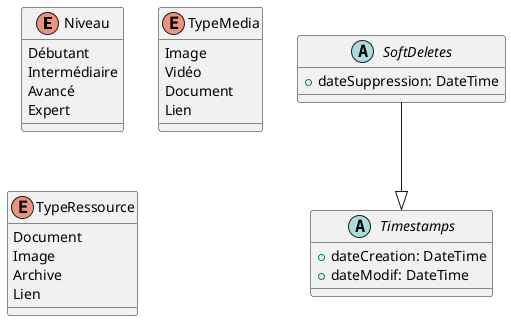
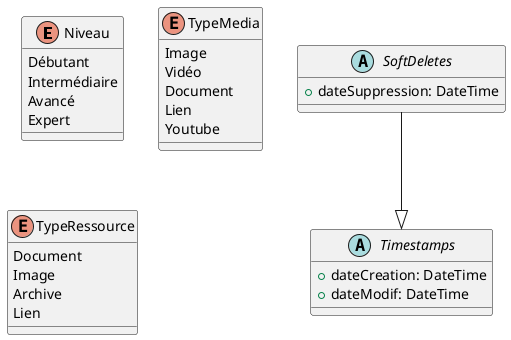
@startuml
' ========== ENUMS ==========
enum Niveau {
  Débutant
  Intermédiaire
  Avancé
  Expert
}

enum TypeMedia {
  Image
  Vidéo
  Document
  Lien
+   Youtube
}

enum TypeRessource {
  Document
  Image
  Archive
  Lien
}

' ========== TRAIT DATES ==========
abstract class Timestamps {
  + dateCreation: DateTime
  + dateModif: DateTime
}

abstract class SoftDeletes {
  + dateSuppression: DateTime
}

SoftDeletes --|> Timestamps
@enduml